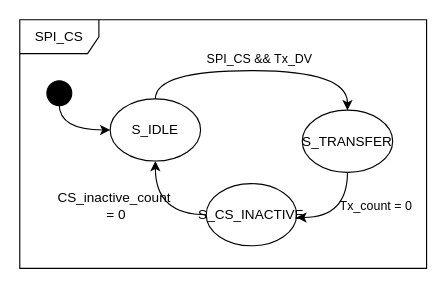
Above: page "SPI_CS_FSM" (4 of 4) of 01_doc/03_drawings/01_design/spi_master.drawio in Diogofernandes5/mthesis (draw.io), before the change. Source tidied: cells renumbered, new cells numbered last; positions are measured from the earlier drawing's top-left corner, leaving out a move shared by most shapes. Both pictures are drawn from the tidied source at 113%, with x=0, y=0 at pixel (19, 19).
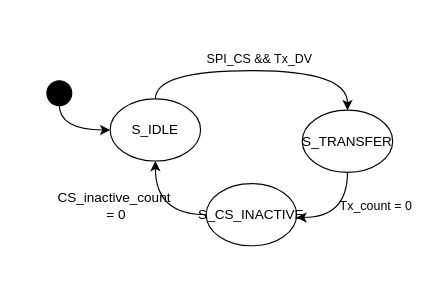
The same diagram, later.

Diff of the diagram source:
```diff
@@
 <mxGraphModel>
   <root>
     <mxCell id="0" />
     <mxCell id="1" parent="0" />
-    <mxCell id="2" value="SPI_CS" style="shape=umlFrame;whiteSpace=wrap;html=1;rounded=1;shadow=0;comic=0;labelBackgroundColor=none;strokeWidth=1;fontFamily=NewsGotT;fontSize=12;align=center;width=70;height=30;" parent="1" vertex="1">
-      <mxGeometry width="360" height="220" as="geometry" />
-    </mxCell>
     <mxCell id="3" style="edgeStyle=orthogonalEdgeStyle;rounded=0;jettySize=auto;html=1;entryX=0;entryY=0.5;entryDx=0;entryDy=0;curved=1;exitX=0.827;exitY=0.504;exitDx=0;exitDy=0;exitPerimeter=0;fontFamily=NewsGotT;" parent="1" edge="1" source="4" target="6">
       <mxGeometry relative="1" as="geometry">
         <Array as="points">
           <mxPoint x="35" y="98" />
           <mxPoint x="80" y="98" />
         </Array>
       </mxGeometry>
     </mxCell>
     <mxCell id="4" style="ellipse;html=1;shape=startState;fillColor=#000000;strokeColor=default;rounded=1;shadow=0;comic=0;labelBackgroundColor=none;fontFamily=NewsGotT;fontSize=12;fontColor=#000000;align=center;direction=south;" parent="1" vertex="1">
       <mxGeometry x="20" y="50" width="30" height="30" as="geometry" />
     </mxCell>
     <mxCell id="5" value="SPI_CS &amp;amp;&amp;amp; Tx_DV" style="edgeStyle=orthogonalEdgeStyle;rounded=0;jettySize=auto;html=1;exitX=0.5;exitY=0;exitDx=0;exitDy=0;curved=1;fontFamily=NewsGotT;entryX=0.5;entryY=0;entryDx=0;entryDy=0;" parent="1" edge="1" source="6" target="8">
       <mxGeometry x="0.02" y="10" relative="1" as="geometry">
         <Array as="points">
           <mxPoint x="120" y="45" />
           <mxPoint x="290" y="45" />
         </Array>
       </mxGeometry>
     </mxCell>
     <mxCell id="6" value="S_IDLE" style="ellipse;whiteSpace=wrap;html=1;fontFamily=NewsGotT;" parent="1" vertex="1">
       <mxGeometry x="80" y="70" width="80" height="55" as="geometry" />
     </mxCell>
     <mxCell id="7" value="Tx_count = 0" style="edgeStyle=orthogonalEdgeStyle;rounded=0;jettySize=auto;html=1;exitX=0.5;exitY=1;exitDx=0;exitDy=0;curved=1;fontFamily=NewsGotT;labelBackgroundColor=none;" parent="1" edge="1" source="8" target="10">
       <mxGeometry x="-0.3" y="25" relative="1" as="geometry">
         <Array as="points">
           <mxPoint x="290" y="175" />
         </Array>
       </mxGeometry>
     </mxCell>
     <mxCell id="8" value="S_TRANSFER" style="ellipse;whiteSpace=wrap;html=1;fontFamily=NewsGotT;" parent="1" vertex="1">
       <mxGeometry x="250" y="80" width="80" height="55" as="geometry" />
     </mxCell>
     <mxCell id="9" value="&lt;div&gt;&lt;font style=&quot;font-size: 12px;&quot; face=&quot;NewsGotT&quot;&gt;CS_inactive_count&amp;nbsp;&lt;/font&gt;&lt;/div&gt;&lt;div&gt;&lt;font style=&quot;font-size: 12px;&quot; face=&quot;NewsGotT&quot;&gt;= 0&lt;/font&gt;&lt;/div&gt;" style="edgeStyle=orthogonalEdgeStyle;rounded=0;jettySize=auto;html=1;exitX=0;exitY=0.5;exitDx=0;exitDy=0;entryX=0.5;entryY=1;entryDx=0;entryDy=0;curved=1;fontFamily=NewsGotT;fontSize=11;strokeColor=default;align=center;verticalAlign=middle;fontColor=default;labelBackgroundColor=none;endArrow=classic;" parent="1" edge="1" source="10" target="6">
       <mxGeometry x="0.14" y="35" relative="1" as="geometry" />
     </mxCell>
     <mxCell id="10" value="S_CS_INACTIVE" style="ellipse;whiteSpace=wrap;html=1;fontFamily=NewsGotT;" parent="1" vertex="1">
       <mxGeometry x="165" y="145" width="80" height="55" as="geometry" />
     </mxCell>
   </root>
 </mxGraphModel>
```
